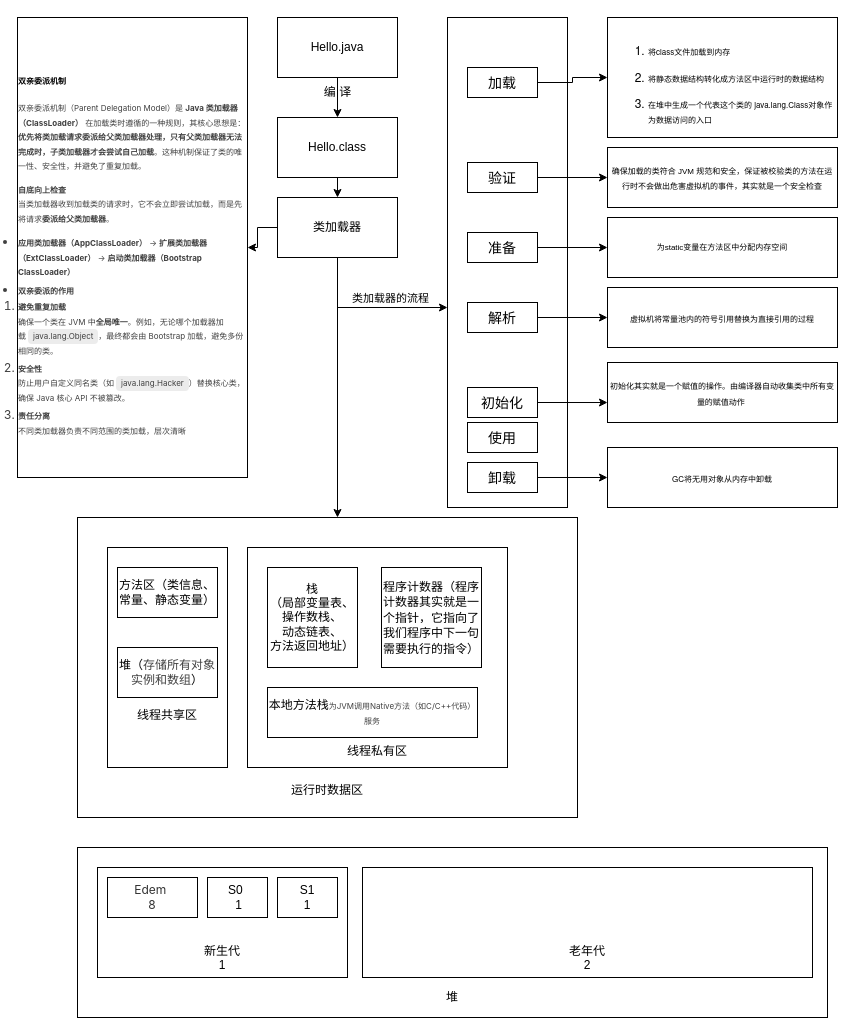
nieosoros/testgit keeps this draw.io diagram as 未命名绘图.drawio. Above is the earlier version. Source tidied: cells renumbered, new cells numbered last; positions are measured from the earlier drawing's top-left corner, leaving out a move shared by most shapes. Both pictures are drawn from the tidied source at 100%, with x=0, y=0 at pixel (17, 17).
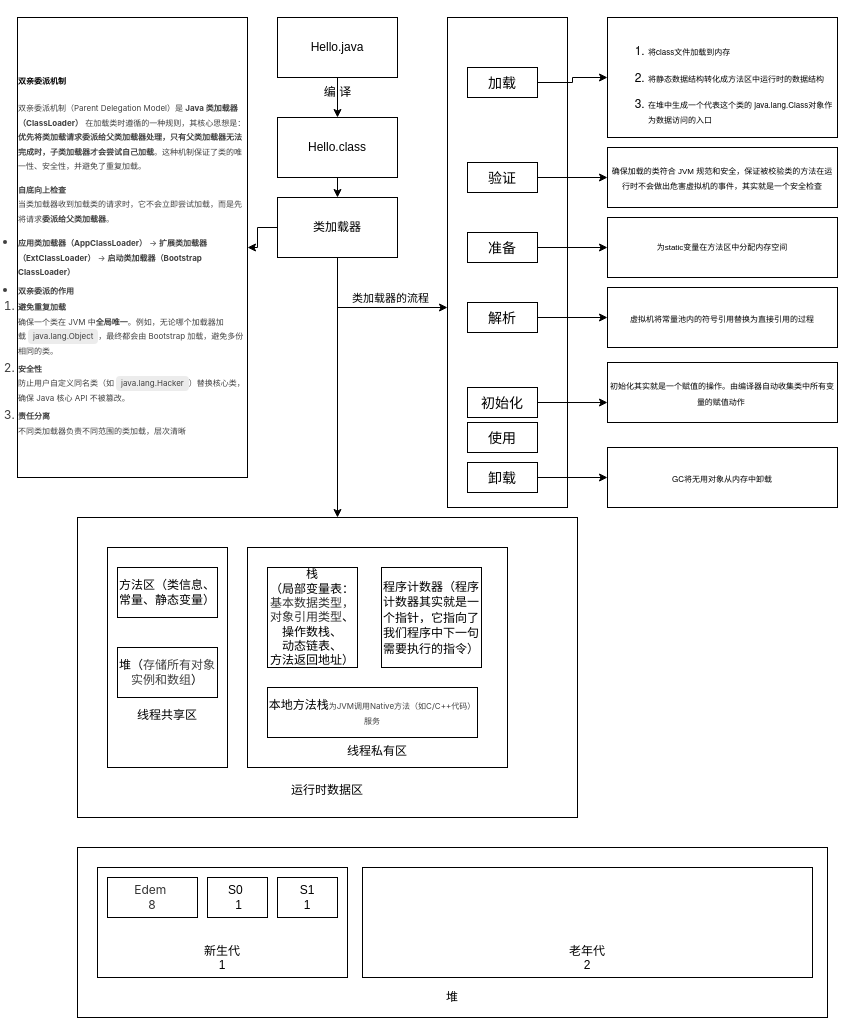
The same page after the edit.

Commit message:
更新未命名绘图.drawio

What changed in the source:
```diff
@@
-    <mxCell id="13" value="栈&lt;div&gt;（局部变量表、&lt;/div&gt;&lt;div&gt;操作数栈、&lt;/div&gt;&lt;div&gt;动态链表、&lt;/div&gt;&lt;div&gt;方法返回地址）&lt;/div&gt;" style="rounded=0;whiteSpace=wrap;html=1;" parent="1" vertex="1">
+    <mxCell id="13" value="栈&lt;div&gt;（局部变量表：&lt;span style=&quot;background-color: rgb(255, 255, 255); color: rgb(51, 51, 51); font-family: -apple-system, &amp;quot;SF UI Text&amp;quot;, Arial, &amp;quot;PingFang SC&amp;quot;, &amp;quot;Hiragino Sans GB&amp;quot;, &amp;quot;Microsoft YaHei&amp;quot;, &amp;quot;WenQuanYi Micro Hei&amp;quot;, sans-serif, SimHei, SimSun; text-align: left;&quot;&gt;&lt;font&gt;基本数据类型，对象引用类型&lt;/font&gt;&lt;/span&gt;&lt;span style=&quot;background-color: transparent; color: light-dark(rgb(0, 0, 0), rgb(255, 255, 255));&quot;&gt;、&lt;/span&gt;&lt;/div&gt;&lt;div&gt;操作数栈、&lt;/div&gt;&lt;div&gt;动态链表、&lt;/div&gt;&lt;div&gt;方法返回地址）&lt;/div&gt;" style="rounded=0;whiteSpace=wrap;html=1;" parent="1" vertex="1">
       <mxGeometry x="250" y="550" width="90" height="100" as="geometry" />
     </mxCell>
```
